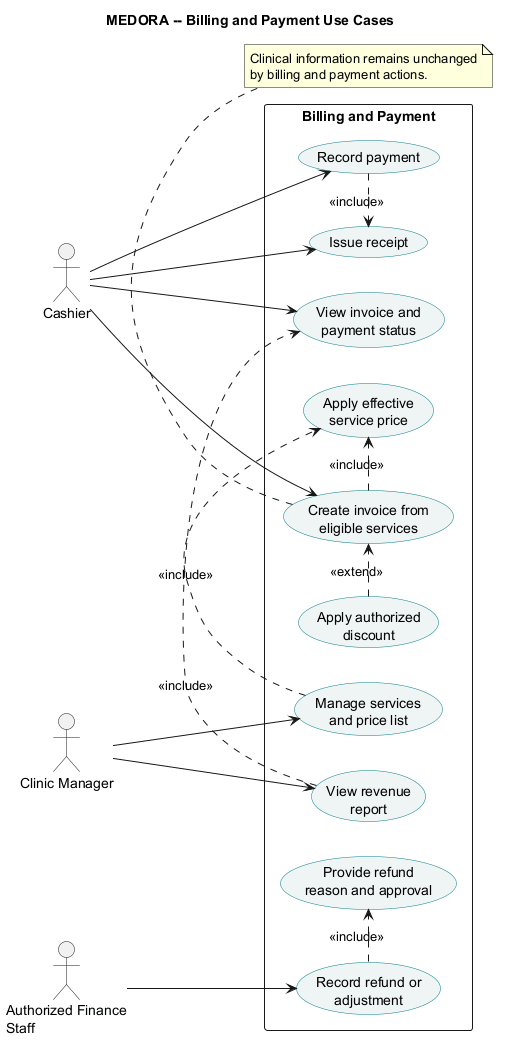
DucDung-1107/SysDes_2026.1_Group_08 keeps this PlantUML diagram as doc/asset/03-system-requirements/use-case-by-function/billing/figure/billing-and-payment.png. Above is the earlier version.
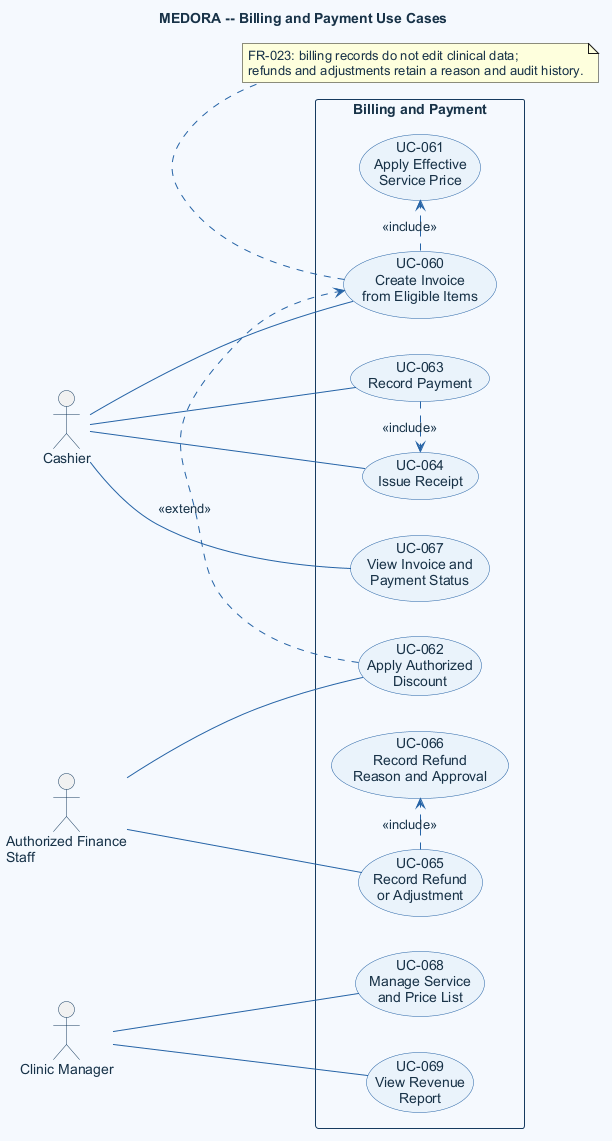
After the commit.

The edit, as a diff of the source:
```diff
@@ -2,46 +2,51 @@
 title MEDORA -- Billing and Payment Use Cases
 left to right direction
 skinparam shadowing false
-skinparam packageStyle rectangle
-skinparam usecase {
-  BackgroundColor #EEF5F4
-  BorderColor #087E8B
+skinparam defaultFontName Arial
+skinparam defaultFontColor #183247
+skinparam backgroundColor #F5F9FE
+skinparam ArrowColor #2563A6
+skinparam UsecaseBackgroundColor #EAF3FB
+skinparam UsecaseBorderColor #2563A6
+skinparam UsecaseFontColor #183247
+skinparam ActorBorderColor #163A5F
+skinparam ActorFontColor #183247
+skinparam RectangleBackgroundColor #F5F9FE
+skinparam RectangleBorderColor #163A5F
+
+actor Cashier as cashier
+actor "Authorized Finance\nStaff" as finance
+actor "Clinic Manager" as manager
+
+rectangle "Billing and Payment" {
+  usecase "UC-060\nCreate Invoice\nfrom Eligible Items" as invoice
+  usecase "UC-061\nApply Effective\nService Price" as price
+  usecase "UC-062\nApply Authorized\nDiscount" as discount
+  usecase "UC-063\nRecord Payment" as payment
+  usecase "UC-064\nIssue Receipt" as receipt
+  usecase "UC-065\nRecord Refund\nor Adjustment" as refund
+  usecase "UC-066\nRecord Refund\nReason and Approval" as refundApproval
+  usecase "UC-067\nView Invoice and\nPayment Status" as status
+  usecase "UC-068\nManage Service\nand Price List" as priceList
+  usecase "UC-069\nView Revenue\nReport" as revenue
 }
 
-actor Cashier as cashier
-actor "Clinic Manager" as manager
-actor "Authorized Finance\nStaff" as finance
-
-rectangle "Billing and Payment" {
-  usecase "Create invoice from\neligible services" as invoice
-  usecase "Apply effective\nservice price" as price
-  usecase "Apply authorized\ndiscount" as discount
-  usecase "Record payment" as payment
-  usecase "Issue receipt" as receipt
-  usecase "Record refund or\nadjustment" as refund
-  usecase "Provide refund\nreason and approval" as refundApproval
-  usecase "View invoice and\npayment status" as status
-  usecase "Manage services\nand price list" as priceList
-  usecase "View revenue\nreport" as revenue
-}
-
-cashier --> invoice
-cashier --> payment
-cashier --> receipt
-cashier --> status
-finance --> refund
-manager --> priceList
-manager --> revenue
+cashier -- invoice
+cashier -- payment
+cashier -- receipt
+cashier -- status
+finance -- refund
+finance -- discount
+manager -- priceList
+manager -- revenue
 
 invoice .> price : <<include>>
 discount .> invoice : <<extend>>
 payment .> receipt : <<include>>
 refund .> refundApproval : <<include>>
-revenue .> status : <<include>>
-priceList .> price : <<include>>
 
 note bottom of invoice
-  Clinical information remains unchanged
-  by billing and payment actions.
+  FR-023: billing records do not edit clinical data;
+  refunds and adjustments retain a reason and audit history.
 end note
 @enduml
```
